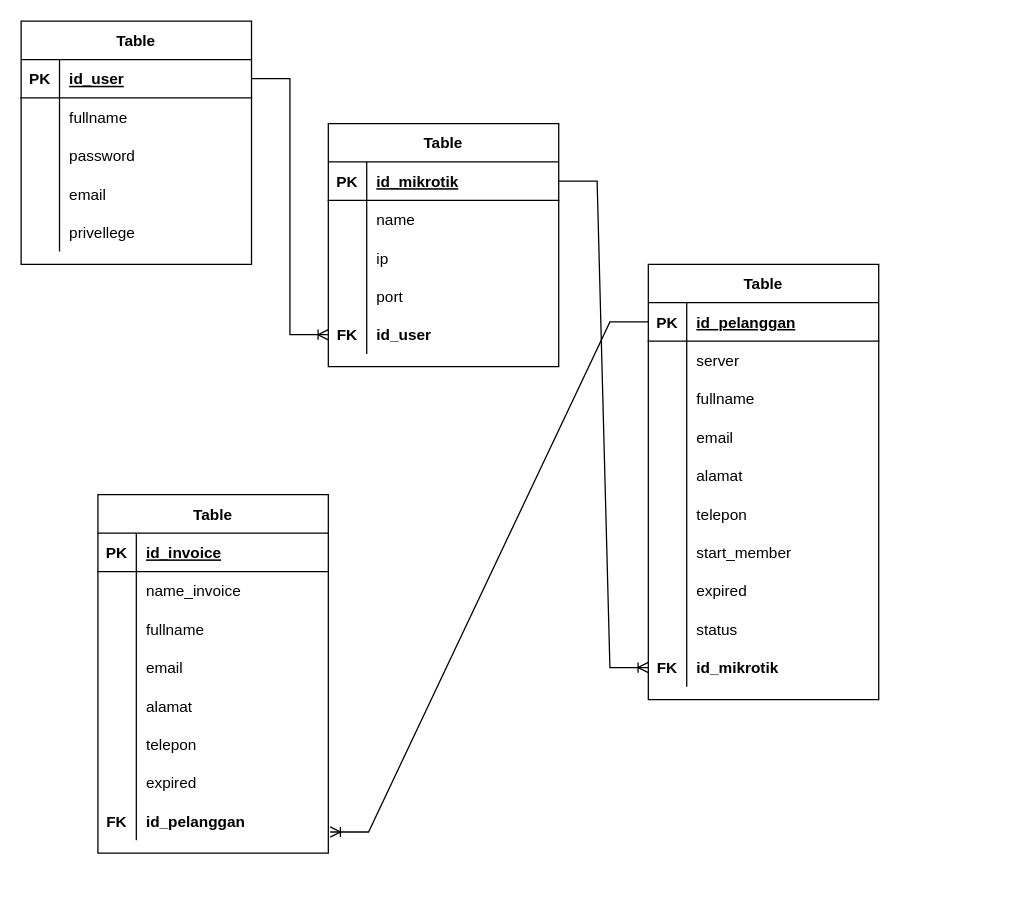
Above: Untitled Diagram.drawio in ajisetiaji101/learn_html (draw.io), before the change. Source tidied: cells renumbered, new cells numbered last; positions are measured from the earlier drawing's top-left corner, leaving out a move shared by most shapes. Both pictures are drawn from the tidied source at 128%, with x=0, y=0 at pixel (20, 20).
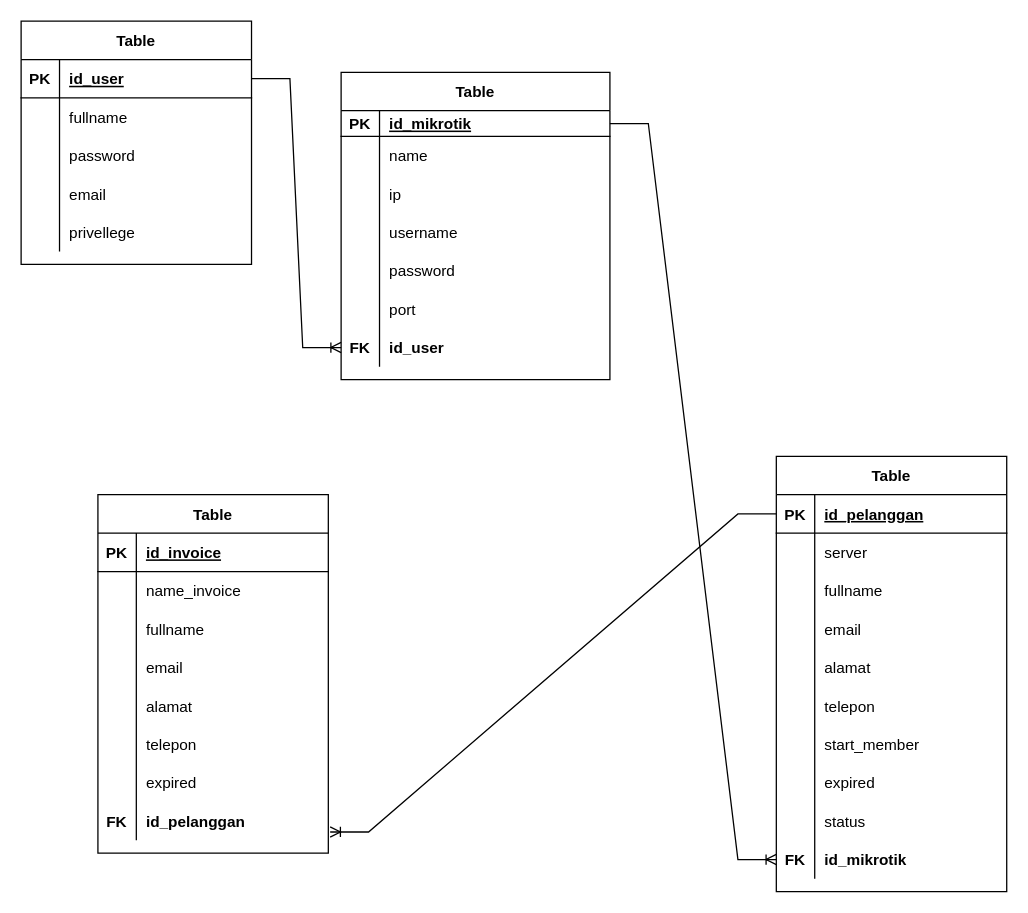
Above is the later version.

Commit message:
Update table mikrotik Diagram.drawio

Change to the diagram source:
```diff
@@
     <mxCell id="18" value="Table" style="shape=table;startSize=30;childLayout=tableLayout;rowLines=0;fontStyle=1;align=center;" parent="1" vertex="1">
-      <mxGeometry x="240" y="80" width="180" height="190" as="geometry" />
+      <mxGeometry x="250" y="40" width="210" height="240" as="geometry" />
     </mxCell>
     <mxCell id="19" style="shape=tableRow;horizontal=0;startSize=0;swimlaneHead=0;swimlaneBody=0;fillColor=none;points=[[0,0.5],[1,0.5]];portConstraint=eastwest;top=0;left=0;right=0;bottom=1;" parent="18" vertex="1">
-      <mxGeometry y="30" width="180" height="30" as="geometry" />
+      <mxGeometry y="30" width="210" height="20" as="geometry" />
     </mxCell>
     <mxCell id="20" value="PK" style="shape=partialRectangle;fillColor=none;top=0;left=0;bottom=0;right=0;fontStyle=1;overflow=hidden;" parent="19" vertex="1">
-      <mxGeometry width="30" height="30" as="geometry" />
+      <mxGeometry width="30" height="20" as="geometry" />
     </mxCell>
     <mxCell id="21" value="id_mikrotik" style="shape=partialRectangle;fillColor=none;top=0;left=0;bottom=0;right=0;align=left;spacingLeft=6;fontStyle=5;overflow=hidden;" parent="19" vertex="1">
-      <mxGeometry x="30" width="150" height="30" as="geometry" />
+      <mxGeometry x="30" width="180" height="20" as="geometry" />
     </mxCell>
     <mxCell id="22" style="shape=tableRow;horizontal=0;startSize=0;swimlaneHead=0;swimlaneBody=0;fillColor=none;top=0;left=0;right=0;bottom=0;" parent="18" vertex="1">
-      <mxGeometry y="60" width="180" height="30" as="geometry" />
+      <mxGeometry y="50" width="210" height="30" as="geometry" />
     </mxCell>
@@
     <mxCell id="24" value="name" style="shape=partialRectangle;fillColor=none;top=0;left=0;bottom=0;right=0;align=left;spacingLeft=6;overflow=hidden;" parent="22" vertex="1">
-      <mxGeometry x="30" width="150" height="30" as="geometry" />
+      <mxGeometry x="30" width="180" height="30" as="geometry" />
     </mxCell>
     <mxCell id="25" style="shape=tableRow;horizontal=0;startSize=0;swimlaneHead=0;swimlaneBody=0;fillColor=none;top=0;left=0;right=0;bottom=0;" parent="18" vertex="1">
-      <mxGeometry y="90" width="180" height="30" as="geometry" />
+      <mxGeometry y="80" width="210" height="30" as="geometry" />
     </mxCell>
@@
     <mxCell id="27" value="ip" style="shape=partialRectangle;fillColor=none;top=0;left=0;bottom=0;right=0;align=left;spacingLeft=6;overflow=hidden;" parent="25" vertex="1">
-      <mxGeometry x="30" width="150" height="30" as="geometry" />
+      <mxGeometry x="30" width="180" height="30" as="geometry" />
     </mxCell>
+    <mxCell id="93" style="shape=tableRow;horizontal=0;startSize=0;swimlaneHead=0;swimlaneBody=0;fillColor=none;top=0;left=0;right=0;bottom=0;" parent="18" vertex="1">
+      <mxGeometry y="110" width="210" height="30" as="geometry" />
+    </mxCell>
+    <mxCell id="94" style="shape=partialRectangle;fillColor=none;top=0;left=0;bottom=0;right=0;overflow=hidden;" parent="93" vertex="1">
+      <mxGeometry width="30" height="30" as="geometry" />
+    </mxCell>
+    <mxCell id="95" value="username" style="shape=partialRectangle;fillColor=none;top=0;left=0;bottom=0;right=0;align=left;spacingLeft=6;overflow=hidden;" parent="93" vertex="1">
+      <mxGeometry x="30" width="180" height="30" as="geometry" />
+    </mxCell>
+    <mxCell id="96" style="shape=tableRow;horizontal=0;startSize=0;swimlaneHead=0;swimlaneBody=0;fillColor=none;top=0;left=0;right=0;bottom=0;" parent="18" vertex="1">
+      <mxGeometry y="140" width="210" height="30" as="geometry" />
+    </mxCell>
+    <mxCell id="97" style="shape=partialRectangle;fillColor=none;top=0;left=0;bottom=0;right=0;overflow=hidden;" parent="96" vertex="1">
+      <mxGeometry width="30" height="30" as="geometry" />
+    </mxCell>
+    <mxCell id="98" value="password" style="shape=partialRectangle;fillColor=none;top=0;left=0;bottom=0;right=0;align=left;spacingLeft=6;overflow=hidden;" parent="96" vertex="1">
+      <mxGeometry x="30" width="180" height="30" as="geometry" />
+    </mxCell>
     <mxCell id="28" style="shape=tableRow;horizontal=0;startSize=0;swimlaneHead=0;swimlaneBody=0;fillColor=none;top=0;left=0;right=0;bottom=0;" parent="18" vertex="1">
-      <mxGeometry y="120" width="180" height="30" as="geometry" />
+      <mxGeometry y="170" width="210" height="30" as="geometry" />
     </mxCell>
@@
     <mxCell id="30" value="port" style="shape=partialRectangle;fillColor=none;top=0;left=0;bottom=0;right=0;align=left;spacingLeft=6;overflow=hidden;" parent="28" vertex="1">
-      <mxGeometry x="30" width="150" height="30" as="geometry" />
+      <mxGeometry x="30" width="180" height="30" as="geometry" />
     </mxCell>
     <mxCell id="31" style="shape=tableRow;horizontal=0;startSize=0;swimlaneHead=0;swimlaneBody=0;fillColor=none;points=[[0,0.5],[1,0.5]];portConstraint=eastwest;top=0;left=0;right=0;bottom=0;" parent="18" vertex="1">
-      <mxGeometry y="150" width="180" height="30" as="geometry" />
+      <mxGeometry y="200" width="210" height="30" as="geometry" />
     </mxCell>
@@
     <mxCell id="33" value="id_user" style="shape=partialRectangle;fillColor=none;top=0;left=0;bottom=0;right=0;align=left;spacingLeft=6;overflow=hidden;fontStyle=1;" parent="31" vertex="1">
-      <mxGeometry x="30" width="150" height="30" as="geometry" />
+      <mxGeometry x="30" width="180" height="30" as="geometry" />
     </mxCell>
@@
     <mxCell id="35" value="Table" style="shape=table;startSize=30;childLayout=tableLayout;rowLines=0;fontStyle=1;align=center;" parent="1" vertex="1">
-      <mxGeometry x="490" y="190" width="180" height="340" as="geometry" />
+      <mxGeometry x="590" y="340" width="180" height="340" as="geometry" />
     </mxCell>
```
